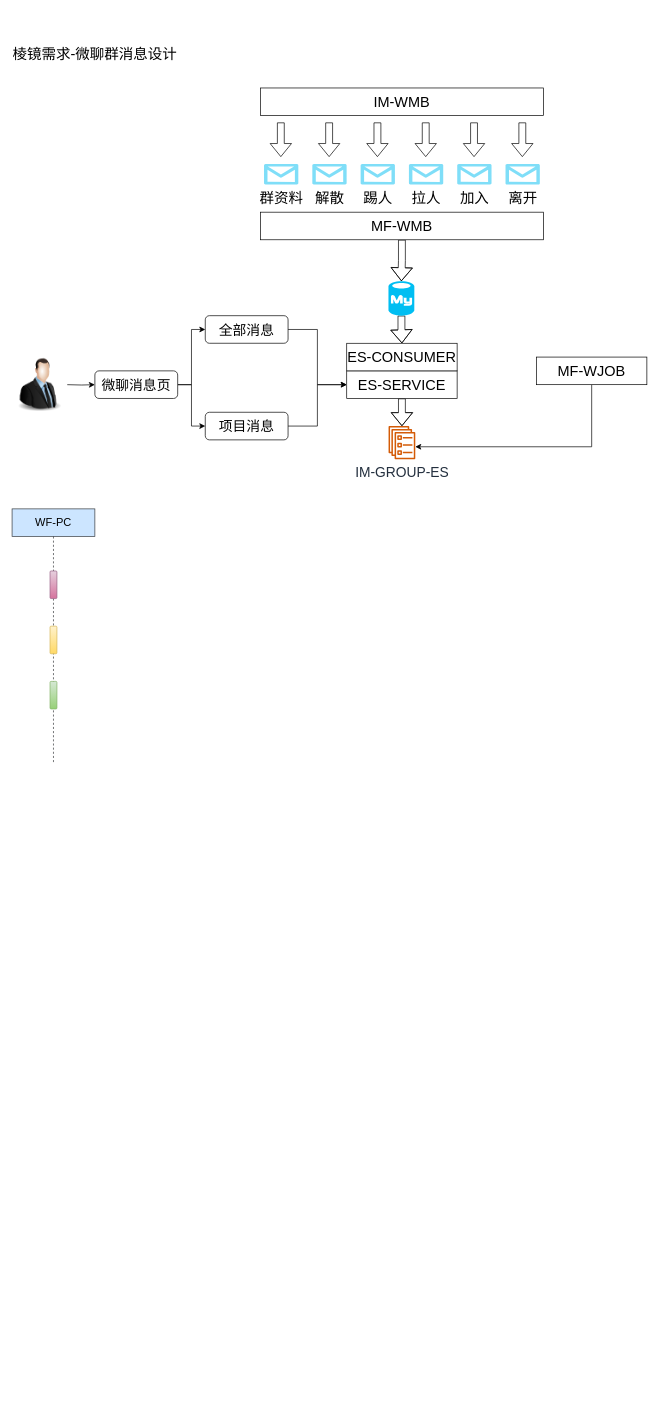
Above: 棱镜项目需求.drawio in LuOyEbY/draw-b (draw.io), before the change. Source tidied: cells renumbered, new cells numbered last; positions are measured from the earlier drawing's top-left corner, leaving out a move shared by most shapes. Both pictures are drawn from the tidied source at 69%, with x=0, y=0 at pixel (12, 39).
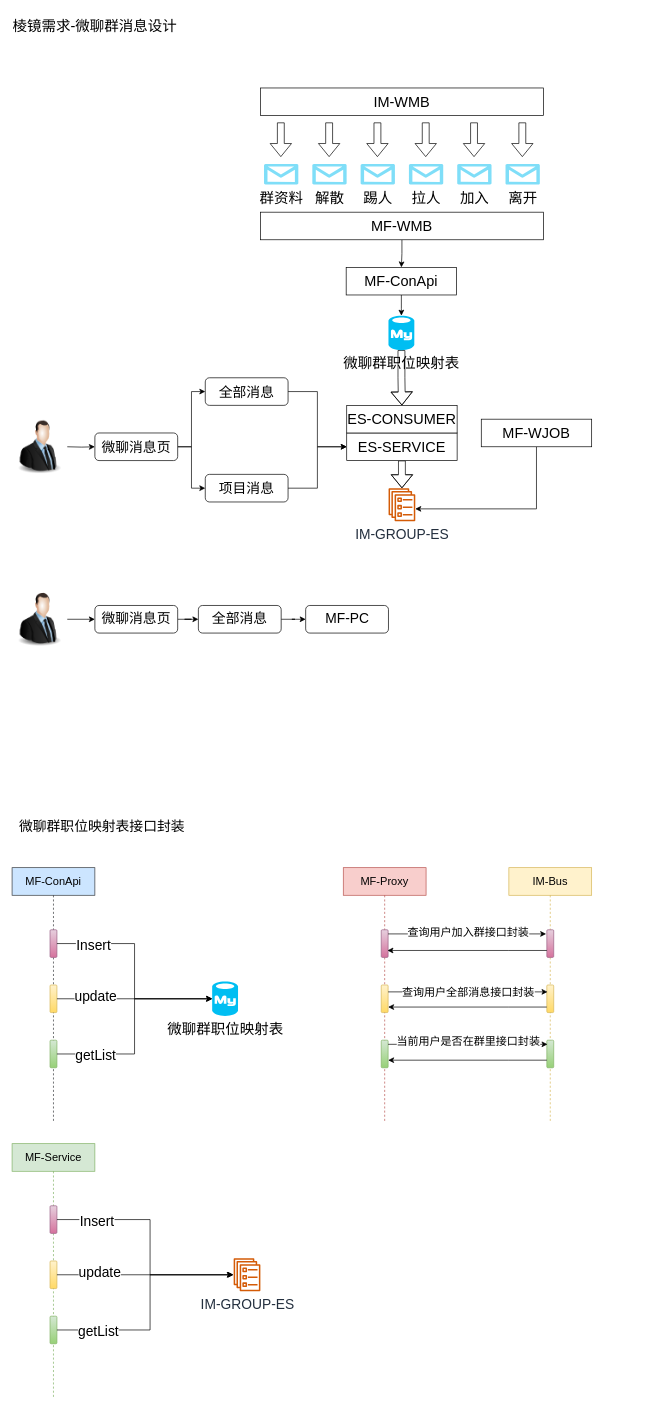
The same page after the edit.

Commit message (it also covers changes not shown here):
更新棱镜项目需求.drawio

Unchanged cells that the change refers to:
```xml
<mxCell id="5" style="html=1;points=[];perimeter=orthogonalPerimeter;rounded=1;fontFamily=Helvetica;fontSize=19;strokeColor=#996185;fillColor=#e6d0de;gradientColor=#d5739d;" parent="4" vertex="1">
  <mxGeometry x="55" y="90" width="10" height="40" as="geometry" />
</mxCell>
<mxCell id="6" style="html=1;points=[];perimeter=orthogonalPerimeter;rounded=1;fontFamily=Helvetica;fontSize=19;strokeColor=#d6b656;fillColor=#fff2cc;gradientColor=#ffd966;" parent="4" vertex="1">
  <mxGeometry x="55" y="170" width="10" height="40" as="geometry" />
</mxCell>
<mxCell id="7" style="html=1;points=[];perimeter=orthogonalPerimeter;rounded=1;fontFamily=Helvetica;fontSize=19;strokeColor=#82b366;fillColor=#d5e8d4;gradientColor=#97d077;" parent="4" vertex="1">
  <mxGeometry x="55" y="250" width="10" height="40" as="geometry" />
</mxCell>
<mxCell id="25" value="MF-WMB" style="rounded=0;whiteSpace=wrap;html=1;shadow=0;glass=0;fontSize=21;" parent="1" vertex="1">
  <mxGeometry x="360" y="250" width="410" height="40" as="geometry" />
</mxCell>
```

The edit, as a diff of the source:
```diff
@@
     <mxCell id="2" value="棱镜需求-微聊群消息设计" style="text;html=1;strokeColor=none;fillColor=none;align=center;verticalAlign=middle;whiteSpace=wrap;rounded=0;fontSize=21;" parent="1" vertex="1">
-      <mxGeometry width="240" height="40" as="geometry" />
+      <mxGeometry y="-40" width="240" height="40" as="geometry" />
     </mxCell>
@@
-    <mxCell id="4" value="WF-PC" style="shape=umlLifeline;perimeter=lifelinePerimeter;whiteSpace=wrap;html=1;rounded=0;fontFamily=Helvetica;fontSize=16;strokeColor=#36393d;fillColor=#cce5ff;" parent="1" vertex="1">
-      <mxGeometry y="680" width="120" height="370" as="geometry" />
+    <mxCell id="4" value="MF-ConApi" style="shape=umlLifeline;perimeter=lifelinePerimeter;whiteSpace=wrap;html=1;rounded=0;fontFamily=Helvetica;fontSize=16;strokeColor=#36393d;fillColor=#cce5ff;" parent="1" vertex="1">
+      <mxGeometry y="1200" width="120" height="370" as="geometry" />
     </mxCell>
@@
     <mxCell id="8" value="IM-GROUP-ES" style="sketch=0;outlineConnect=0;fontColor=#232F3E;gradientColor=none;fillColor=#D45B07;strokeColor=none;dashed=0;verticalLabelPosition=bottom;verticalAlign=top;align=center;html=1;fontSize=20;fontStyle=0;shape=mxgraph.aws4.ecs_service;rounded=1;shadow=0;glass=0;" parent="1" vertex="1">
-      <mxGeometry x="545.5" y="560" width="39" height="48" as="geometry" />
+      <mxGeometry x="545.5" y="650" width="39" height="48" as="geometry" />
     </mxCell>
@@
     <mxCell id="23" value="ES-SERVICE" style="rounded=0;whiteSpace=wrap;html=1;shadow=0;glass=0;fontSize=21;" parent="1" vertex="1">
-      <mxGeometry x="485" y="480" width="160" height="40" as="geometry" />
+      <mxGeometry x="485" y="570" width="160" height="40" as="geometry" />
     </mxCell>
-    <mxCell id="24" style="edgeStyle=orthogonalEdgeStyle;shape=flexArrow;rounded=0;jettySize=auto;html=1;entryX=0.5;entryY=0;entryDx=0;entryDy=0;entryPerimeter=0;fontSize=21;" parent="1" edge="1" source="25" target="27">
-      <mxGeometry relative="1" as="geometry" />
-    </mxCell>
+    <mxCell id="40" style="edgeStyle=orthogonalEdgeStyle;rounded=0;jettySize=auto;html=1;entryX=0.5;entryY=0;entryDx=0;entryDy=0;fontSize=20;" parent="1" edge="1" source="25" target="42">
+      <mxGeometry relative="1" as="geometry" />
+    </mxCell>
@@
-    <mxCell id="27" style="verticalLabelPosition=bottom;html=1;verticalAlign=top;align=center;strokeColor=none;fillColor=#00BEF2;shape=mxgraph.azure.mysql_database;rounded=0;shadow=0;glass=0;fontSize=21;" parent="1" vertex="1">
-      <mxGeometry x="545.5" y="350" width="37.5" height="50" as="geometry" />
+    <mxCell id="27" value="微聊群职位映射表" style="verticalLabelPosition=bottom;html=1;verticalAlign=top;align=center;strokeColor=none;fillColor=#00BEF2;shape=mxgraph.azure.mysql_database;rounded=0;shadow=0;glass=0;fontSize=21;" parent="1" vertex="1">
+      <mxGeometry x="545.5" y="400" width="37.5" height="50" as="geometry" />
     </mxCell>
     <mxCell id="28" value="ES-CONSUMER" style="rounded=0;whiteSpace=wrap;html=1;shadow=0;glass=0;fontSize=21;" parent="1" vertex="1">
-      <mxGeometry x="485" y="440" width="160" height="40" as="geometry" />
+      <mxGeometry x="485" y="530" width="160" height="40" as="geometry" />
     </mxCell>
     <mxCell id="29" style="edgeStyle=orthogonalEdgeStyle;rounded=0;jettySize=auto;html=1;fontSize=20;" parent="1" edge="1" target="33">
       <mxGeometry relative="1" as="geometry">
-        <mxPoint x="80" y="500" as="sourcePoint" />
+        <mxPoint x="80" y="590" as="sourcePoint" />
       </mxGeometry>
     </mxCell>
     <mxCell id="30" style="image;html=1;image=img/lib/clip_art/people/Suit_Man_128x128.png;rounded=0;shadow=0;glass=0;fontSize=20;" parent="1" vertex="1">
-      <mxGeometry y="460" width="80" height="80" as="geometry" />
+      <mxGeometry y="550" width="80" height="80" as="geometry" />
     </mxCell>
     <mxCell id="31" style="edgeStyle=orthogonalEdgeStyle;rounded=0;jettySize=auto;html=1;fontSize=20;" parent="1" edge="1" source="33" target="35">
       <mxGeometry relative="1" as="geometry">
         <Array as="points">
-          <mxPoint x="260" y="500" />
-          <mxPoint x="260" y="420" />
+          <mxPoint x="260" y="590" />
+          <mxPoint x="260" y="510" />
         </Array>
       </mxGeometry>
     </mxCell>
     <mxCell id="32" style="edgeStyle=orthogonalEdgeStyle;rounded=0;jettySize=auto;html=1;fontSize=20;" parent="1" edge="1" source="33" target="37">
       <mxGeometry relative="1" as="geometry">
         <Array as="points">
-          <mxPoint x="260" y="500" />
-          <mxPoint x="260" y="560" />
+          <mxPoint x="260" y="590" />
+          <mxPoint x="260" y="650" />
         </Array>
       </mxGeometry>
     </mxCell>
     <mxCell id="33" value="微聊消息页" style="rounded=1;whiteSpace=wrap;html=1;shadow=0;glass=0;fontSize=20;" parent="1" vertex="1">
-      <mxGeometry x="120" y="480" width="120" height="40" as="geometry" />
+      <mxGeometry x="120" y="570" width="120" height="40" as="geometry" />
     </mxCell>
@@
     <mxCell id="35" value="全部消息" style="rounded=1;whiteSpace=wrap;html=1;shadow=0;glass=0;fontSize=20;fillColor=rgb(255, 255, 255);" parent="1" vertex="1">
-      <mxGeometry x="280" y="400" width="120" height="40" as="geometry" />
+      <mxGeometry x="280" y="490" width="120" height="40" as="geometry" />
     </mxCell>
@@
     <mxCell id="37" value="项目消息" style="rounded=1;whiteSpace=wrap;html=1;shadow=0;glass=0;fontSize=20;fillColor=rgb(255, 255, 255);" parent="1" vertex="1">
-      <mxGeometry x="280" y="540" width="120" height="40" as="geometry" />
+      <mxGeometry x="280" y="630" width="120" height="40" as="geometry" />
     </mxCell>
     <mxCell id="38" style="edgeStyle=orthogonalEdgeStyle;rounded=0;jettySize=auto;html=1;fontSize=20;" parent="1" edge="1" source="39" target="8">
       <mxGeometry relative="1" as="geometry">
         <Array as="points">
-          <mxPoint x="840" y="590" />
+          <mxPoint x="760" y="680" />
         </Array>
       </mxGeometry>
     </mxCell>
     <mxCell id="39" value="MF-WJOB" style="rounded=0;whiteSpace=wrap;html=1;shadow=0;glass=0;fontSize=21;" parent="1" vertex="1">
-      <mxGeometry x="760" y="460" width="160" height="40" as="geometry" />
+      <mxGeometry x="680" y="550" width="160" height="40" as="geometry" />
     </mxCell>
+    <mxCell id="41" style="edgeStyle=orthogonalEdgeStyle;rounded=0;jettySize=auto;html=1;entryX=0.5;entryY=0;entryDx=0;entryDy=0;entryPerimeter=0;fontSize=20;" parent="1" edge="1" source="42" target="27">
+      <mxGeometry relative="1" as="geometry" />
+    </mxCell>
+    <mxCell id="42" value="MF-ConApi" style="rounded=0;whiteSpace=wrap;html=1;shadow=0;glass=0;fontSize=21;" parent="1" vertex="1">
+      <mxGeometry x="484.2" y="330" width="160" height="40" as="geometry" />
+    </mxCell>
+    <mxCell id="43" value="微聊群职位映射表" style="verticalLabelPosition=bottom;html=1;verticalAlign=top;align=center;strokeColor=none;fillColor=#00BEF2;shape=mxgraph.azure.mysql_database;rounded=0;shadow=0;glass=0;fontSize=21;" parent="1" vertex="1">
+      <mxGeometry x="290" y="1365" width="37.5" height="50" as="geometry" />
+    </mxCell>
+    <mxCell id="44" style="edgeStyle=orthogonalEdgeStyle;rounded=0;jettySize=auto;html=1;entryX=0;entryY=0.5;entryDx=0;entryDy=0;entryPerimeter=0;fontSize=20;" parent="1" edge="1" source="5" target="43">
+      <mxGeometry relative="1" as="geometry" />
+    </mxCell>
+    <mxCell id="45" value="Insert" style="edgeLabel;html=1;align=center;verticalAlign=middle;fontSize=20;" parent="44" vertex="1">
+      <mxGeometry x="-0.66" y="-1" relative="1" as="geometry" />
+    </mxCell>
+    <mxCell id="46" style="edgeStyle=orthogonalEdgeStyle;rounded=0;jettySize=auto;html=1;entryX=0;entryY=0.5;entryDx=0;entryDy=0;entryPerimeter=0;fontSize=20;" parent="1" edge="1" source="6" target="43">
+      <mxGeometry relative="1" as="geometry" />
+    </mxCell>
+    <mxCell id="47" value="update" style="edgeLabel;html=1;align=center;verticalAlign=middle;fontSize=20;" parent="46" vertex="1">
+      <mxGeometry x="-0.61" y="3" relative="1" as="geometry">
+        <mxPoint x="11" y="-2" as="offset" />
+      </mxGeometry>
+    </mxCell>
+    <mxCell id="48" style="edgeStyle=orthogonalEdgeStyle;rounded=0;jettySize=auto;html=1;entryX=0;entryY=0.5;entryDx=0;entryDy=0;entryPerimeter=0;fontSize=20;" parent="1" edge="1" source="7" target="43">
+      <mxGeometry relative="1" as="geometry" />
+    </mxCell>
+    <mxCell id="49" value="getList" style="edgeLabel;html=1;align=center;verticalAlign=middle;fontSize=20;" parent="48" vertex="1">
+      <mxGeometry x="-0.7" y="2" relative="1" as="geometry">
+        <mxPoint x="9" y="2" as="offset" />
+      </mxGeometry>
+    </mxCell>
+    <mxCell id="50" value="微聊群职位映射表接口封装" style="text;html=1;align=center;verticalAlign=middle;strokeColor=none;fillColor=none;fontSize=20;" parent="1" vertex="1">
+      <mxGeometry y="1120" width="260" height="40" as="geometry" />
+    </mxCell>
+    <mxCell id="51" value="MF-Proxy" style="shape=umlLifeline;perimeter=lifelinePerimeter;whiteSpace=wrap;html=1;rounded=0;fontFamily=Helvetica;fontSize=16;strokeColor=#b85450;fillColor=#f8cecc;" parent="1" vertex="1">
+      <mxGeometry x="480" y="1200" width="120" height="370" as="geometry" />
+    </mxCell>
+    <mxCell id="52" style="html=1;points=[];perimeter=orthogonalPerimeter;rounded=1;fontFamily=Helvetica;fontSize=19;strokeColor=#996185;fillColor=#e6d0de;gradientColor=#d5739d;" parent="51" vertex="1">
+      <mxGeometry x="55" y="90" width="10" height="40" as="geometry" />
+    </mxCell>
+    <mxCell id="53" style="html=1;points=[];perimeter=orthogonalPerimeter;rounded=1;fontFamily=Helvetica;fontSize=19;strokeColor=#d6b656;fillColor=#fff2cc;gradientColor=#ffd966;" parent="51" vertex="1">
+      <mxGeometry x="55" y="170" width="10" height="40" as="geometry" />
+    </mxCell>
+    <mxCell id="54" style="html=1;points=[];perimeter=orthogonalPerimeter;rounded=1;fontFamily=Helvetica;fontSize=19;strokeColor=#82b366;fillColor=#d5e8d4;gradientColor=#97d077;" parent="51" vertex="1">
+      <mxGeometry x="55" y="250" width="10" height="40" as="geometry" />
+    </mxCell>
+    <mxCell id="55" value="IM-Bus" style="shape=umlLifeline;perimeter=lifelinePerimeter;whiteSpace=wrap;html=1;rounded=0;fontFamily=Helvetica;fontSize=16;strokeColor=#d6b656;fillColor=#fff2cc;" parent="1" vertex="1">
+      <mxGeometry x="720" y="1200" width="120" height="370" as="geometry" />
+    </mxCell>
+    <mxCell id="56" style="html=1;points=[];perimeter=orthogonalPerimeter;rounded=1;fontFamily=Helvetica;fontSize=19;strokeColor=#996185;fillColor=#e6d0de;gradientColor=#d5739d;" parent="55" vertex="1">
+      <mxGeometry x="55" y="90" width="10" height="40" as="geometry" />
+    </mxCell>
+    <mxCell id="57" style="html=1;points=[];perimeter=orthogonalPerimeter;rounded=1;fontFamily=Helvetica;fontSize=19;strokeColor=#d6b656;fillColor=#fff2cc;gradientColor=#ffd966;" parent="55" vertex="1">
+      <mxGeometry x="55" y="170" width="10" height="40" as="geometry" />
+    </mxCell>
+    <mxCell id="58" style="html=1;points=[];perimeter=orthogonalPerimeter;rounded=1;fontFamily=Helvetica;fontSize=19;strokeColor=#82b366;fillColor=#d5e8d4;gradientColor=#97d077;" parent="55" vertex="1">
+      <mxGeometry x="55" y="250" width="10" height="40" as="geometry" />
+    </mxCell>
+    <mxCell id="59" style="edgeStyle=orthogonalEdgeStyle;rounded=0;jettySize=auto;html=1;entryX=-0.1;entryY=0.15;entryDx=0;entryDy=0;entryPerimeter=0;fontSize=20;" parent="1" edge="1" source="52" target="56">
+      <mxGeometry relative="1" as="geometry">
+        <Array as="points">
+          <mxPoint x="600" y="1296" />
+          <mxPoint x="600" y="1296" />
+        </Array>
+      </mxGeometry>
+    </mxCell>
+    <mxCell id="60" value="查询用户加入群接口封装" style="edgeLabel;html=1;align=center;verticalAlign=middle;fontSize=16;" parent="59" vertex="1">
+      <mxGeometry x="-0.29" y="3" relative="1" as="geometry">
+        <mxPoint x="34" as="offset" />
+      </mxGeometry>
+    </mxCell>
+    <mxCell id="61" style="edgeStyle=orthogonalEdgeStyle;rounded=0;jettySize=auto;html=1;entryX=0.9;entryY=0.75;entryDx=0;entryDy=0;entryPerimeter=0;fontSize=20;" parent="1" edge="1" source="56" target="52">
+      <mxGeometry relative="1" as="geometry">
+        <Array as="points">
+          <mxPoint x="720" y="1320" />
+          <mxPoint x="720" y="1320" />
+        </Array>
+      </mxGeometry>
+    </mxCell>
+    <mxCell id="62" style="edgeStyle=orthogonalEdgeStyle;rounded=0;jettySize=auto;html=1;entryX=0.1;entryY=0.25;entryDx=0;entryDy=0;entryPerimeter=0;fontSize=20;" parent="1" edge="1" source="53" target="57">
+      <mxGeometry relative="1" as="geometry">
+        <Array as="points">
+          <mxPoint x="600" y="1380" />
+          <mxPoint x="600" y="1380" />
+        </Array>
+      </mxGeometry>
+    </mxCell>
+    <mxCell id="63" value="查询用户全部消息接口封装" style="edgeLabel;html=1;align=center;verticalAlign=middle;fontSize=16;" parent="62" vertex="1">
+      <mxGeometry x="-0.16" y="1" relative="1" as="geometry">
+        <mxPoint x="18" as="offset" />
+      </mxGeometry>
+    </mxCell>
+    <mxCell id="64" style="edgeStyle=orthogonalEdgeStyle;rounded=0;jettySize=auto;html=1;entryX=1;entryY=0.8;entryDx=0;entryDy=0;entryPerimeter=0;fontSize=20;" parent="1" edge="1" source="57" target="53">
+      <mxGeometry relative="1" as="geometry">
+        <Array as="points">
+          <mxPoint x="720" y="1402" />
+          <mxPoint x="720" y="1402" />
+        </Array>
+      </mxGeometry>
+    </mxCell>
+    <mxCell id="65" style="edgeStyle=orthogonalEdgeStyle;rounded=0;jettySize=auto;html=1;entryX=0.1;entryY=0.15;entryDx=0;entryDy=0;entryPerimeter=0;fontSize=20;" parent="1" edge="1" source="54" target="58">
+      <mxGeometry relative="1" as="geometry">
+        <Array as="points">
+          <mxPoint x="600" y="1456" />
+          <mxPoint x="600" y="1456" />
+        </Array>
+      </mxGeometry>
+    </mxCell>
+    <mxCell id="66" value="当前用户是否在群里接口封装" style="edgeLabel;html=1;align=center;verticalAlign=middle;fontSize=16;" parent="65" vertex="1">
+      <mxGeometry x="-0.1" y="2" relative="1" as="geometry">
+        <mxPoint x="11" y="-4" as="offset" />
+      </mxGeometry>
+    </mxCell>
+    <mxCell id="67" style="edgeStyle=orthogonalEdgeStyle;rounded=0;jettySize=auto;html=1;entryX=1;entryY=0.725;entryDx=0;entryDy=0;entryPerimeter=0;fontSize=20;" parent="1" edge="1" source="58" target="54">
+      <mxGeometry relative="1" as="geometry">
+        <Array as="points">
+          <mxPoint x="720" y="1479" />
+          <mxPoint x="720" y="1479" />
+        </Array>
+      </mxGeometry>
+    </mxCell>
+    <mxCell id="68" value="MF-Service" style="shape=umlLifeline;perimeter=lifelinePerimeter;whiteSpace=wrap;html=1;rounded=0;fontFamily=Helvetica;fontSize=16;strokeColor=#82b366;fillColor=#d5e8d4;" parent="1" vertex="1">
+      <mxGeometry y="1600" width="120" height="370" as="geometry" />
+    </mxCell>
+    <mxCell id="69" style="html=1;points=[];perimeter=orthogonalPerimeter;rounded=1;fontFamily=Helvetica;fontSize=19;strokeColor=#996185;fillColor=#e6d0de;gradientColor=#d5739d;" parent="68" vertex="1">
+      <mxGeometry x="55" y="90" width="10" height="40" as="geometry" />
+    </mxCell>
+    <mxCell id="70" style="html=1;points=[];perimeter=orthogonalPerimeter;rounded=1;fontFamily=Helvetica;fontSize=19;strokeColor=#d6b656;fillColor=#fff2cc;gradientColor=#ffd966;" parent="68" vertex="1">
+      <mxGeometry x="55" y="170" width="10" height="40" as="geometry" />
+    </mxCell>
+    <mxCell id="71" style="html=1;points=[];perimeter=orthogonalPerimeter;rounded=1;fontFamily=Helvetica;fontSize=19;strokeColor=#82b366;fillColor=#d5e8d4;gradientColor=#97d077;" parent="68" vertex="1">
+      <mxGeometry x="55" y="250" width="10" height="40" as="geometry" />
+    </mxCell>
+    <mxCell id="72" style="edgeStyle=orthogonalEdgeStyle;rounded=0;jettySize=auto;html=1;fontSize=20;" parent="1" edge="1" source="69">
+      <mxGeometry relative="1" as="geometry">
+        <mxPoint x="320" y="1790" as="targetPoint" />
+        <Array as="points">
+          <mxPoint x="200" y="1710" />
+          <mxPoint x="200" y="1790" />
+        </Array>
+      </mxGeometry>
+    </mxCell>
+    <mxCell id="73" value="Insert" style="edgeLabel;html=1;align=center;verticalAlign=middle;fontSize=20;" parent="72" vertex="1">
+      <mxGeometry x="-0.66" y="-1" relative="1" as="geometry" />
+    </mxCell>
+    <mxCell id="74" style="edgeStyle=orthogonalEdgeStyle;rounded=0;jettySize=auto;html=1;fontSize=20;" parent="1" edge="1" source="70" target="78">
+      <mxGeometry relative="1" as="geometry" />
+    </mxCell>
+    <mxCell id="75" value="update" style="edgeLabel;html=1;align=center;verticalAlign=middle;fontSize=20;" parent="74" vertex="1">
+      <mxGeometry x="-0.61" y="3" relative="1" as="geometry">
+        <mxPoint x="11" y="-2" as="offset" />
+      </mxGeometry>
+    </mxCell>
+    <mxCell id="76" style="edgeStyle=orthogonalEdgeStyle;rounded=0;jettySize=auto;html=1;fontSize=20;" parent="1" edge="1" source="71">
+      <mxGeometry relative="1" as="geometry">
+        <mxPoint x="320" y="1790" as="targetPoint" />
+        <Array as="points">
+          <mxPoint x="200" y="1870" />
+          <mxPoint x="200" y="1790" />
+        </Array>
+      </mxGeometry>
+    </mxCell>
+    <mxCell id="77" value="getList" style="edgeLabel;html=1;align=center;verticalAlign=middle;fontSize=20;" parent="76" vertex="1">
+      <mxGeometry x="-0.7" y="2" relative="1" as="geometry">
+        <mxPoint x="9" y="2" as="offset" />
+      </mxGeometry>
+    </mxCell>
+    <mxCell id="78" value="IM-GROUP-ES" style="sketch=0;outlineConnect=0;fontColor=#232F3E;gradientColor=none;fillColor=#D45B07;strokeColor=none;dashed=0;verticalLabelPosition=bottom;verticalAlign=top;align=center;html=1;fontSize=20;fontStyle=0;shape=mxgraph.aws4.ecs_service;rounded=1;shadow=0;glass=0;" parent="1" vertex="1">
+      <mxGeometry x="321" y="1766" width="39" height="48" as="geometry" />
+    </mxCell>
+    <mxCell id="79" style="edgeStyle=orthogonalEdgeStyle;rounded=0;jettySize=auto;html=1;fontSize=16;" parent="1" edge="1" source="80" target="82">
+      <mxGeometry relative="1" as="geometry" />
+    </mxCell>
+    <mxCell id="80" style="image;html=1;image=img/lib/clip_art/people/Suit_Man_128x128.png;rounded=0;shadow=0;glass=0;fontSize=20;" parent="1" vertex="1">
+      <mxGeometry y="800" width="80" height="80" as="geometry" />
+    </mxCell>
+    <mxCell id="81" style="edgeStyle=orthogonalEdgeStyle;rounded=0;jettySize=auto;html=1;fontSize=16;" parent="1" edge="1" source="82" target="84">
+      <mxGeometry relative="1" as="geometry" />
+    </mxCell>
+    <mxCell id="82" value="微聊消息页" style="whiteSpace=wrap;html=1;fontSize=20;verticalAlign=top;fillColor=rgb(255, 255, 255);labelBackgroundColor=default;rounded=1;shadow=0;glass=0;" parent="1" vertex="1">
+      <mxGeometry x="120" y="820" width="120" height="40" as="geometry" />
+    </mxCell>
+    <mxCell id="83" style="edgeStyle=orthogonalEdgeStyle;rounded=0;jettySize=auto;html=1;fontSize=16;" parent="1" edge="1" source="84" target="85">
+      <mxGeometry relative="1" as="geometry" />
+    </mxCell>
+    <mxCell id="84" value="全部消息" style="whiteSpace=wrap;html=1;fontSize=20;verticalAlign=top;fillColor=rgb(255, 255, 255);labelBackgroundColor=default;rounded=1;shadow=0;glass=0;" parent="1" vertex="1">
+      <mxGeometry x="270" y="820" width="120" height="40" as="geometry" />
+    </mxCell>
+    <mxCell id="85" value="MF-PC" style="whiteSpace=wrap;html=1;fontSize=20;verticalAlign=top;fillColor=rgb(255, 255, 255);labelBackgroundColor=default;rounded=1;shadow=0;glass=0;" parent="1" vertex="1">
+      <mxGeometry x="425.5" y="820" width="120" height="40" as="geometry" />
+    </mxCell>
```
